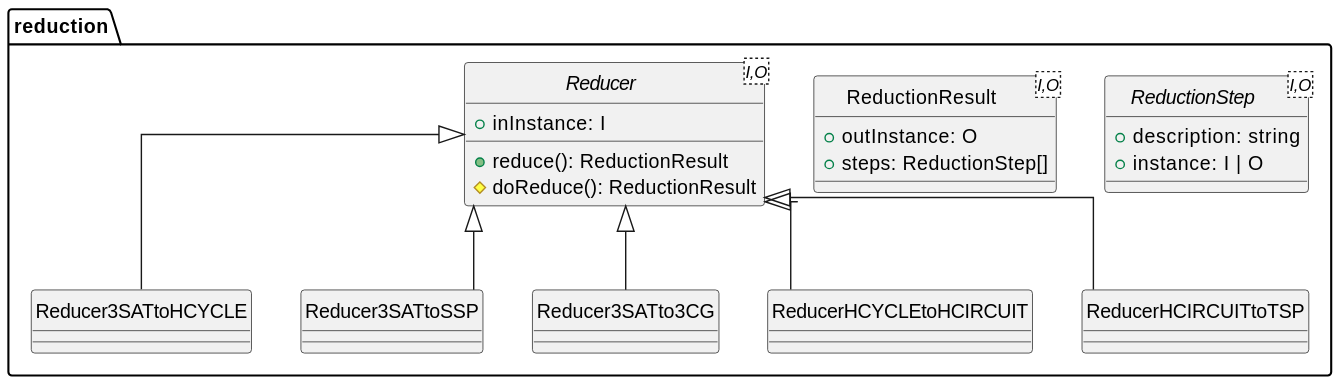
Before: paper/assets/plantuml/reduction-class-diagram.svg, a diagram exported from PlantUML (phatt-23/BP).
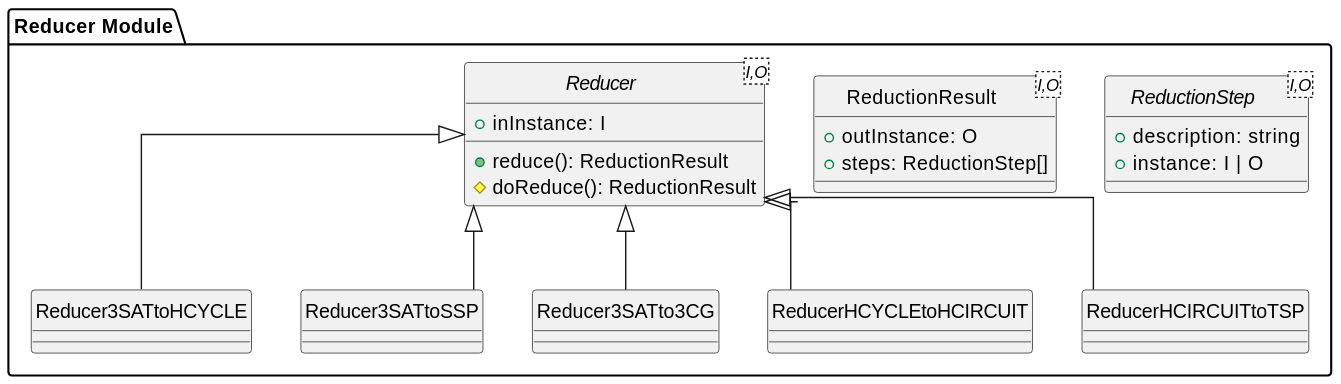
Above is the later version.

Change to the diagram source:
```diff
@@ -2,7 +2,7 @@
 skinparam linetype ortho
 hide circle
 
-package reduction {
+package "Reducer Module" {
 
     abstract class Reducer<I,O> {
         +inInstance: I
@@ -34,6 +34,5 @@
 
     class ReducerHCIRCUITtoTSP extends Reducer {
     }
-
 }
 @enduml
```
